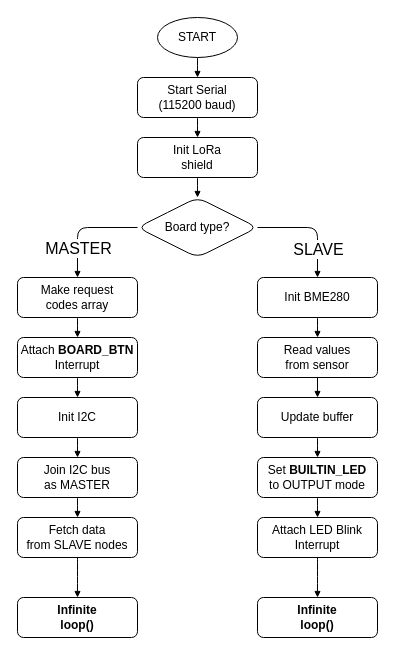
The draw.io diagram images/firmware-flowchart.drawio in utbrott/feather-webserver, before the edit. Source tidied: cells renumbered, new cells numbered last; positions are measured from the earlier drawing's top-left corner, leaving out a move shared by most shapes. Both pictures are drawn from the tidied source at 100%, with x=0, y=0 at pixel (17, 17).
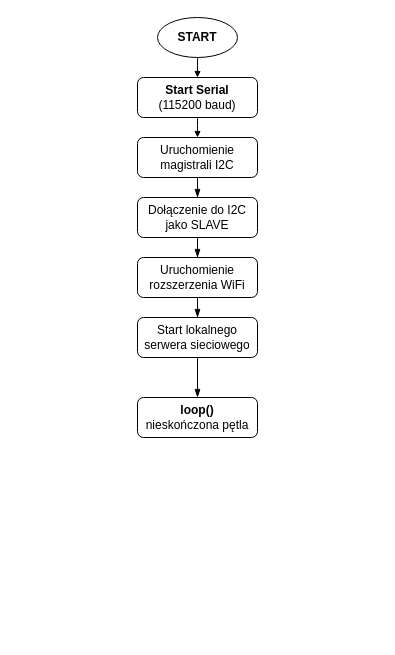
The same page after the edit.

Commit message (it also covers changes not shown here):
docs: update all schematics to PL lang

What changed in the source:
```diff
@@
-    <mxCell id="2" value="Read values&lt;br&gt;from sensor" style="rounded=1;whiteSpace=wrap;html=1;fontSize=12;glass=0;strokeWidth=1;shadow=0;fontFamily=Iosevka;" parent="1" vertex="1">
-      <mxGeometry x="240" y="320" width="120" height="40" as="geometry" />
-    </mxCell>
-    <mxCell id="3" value="Update buffer" style="rounded=1;whiteSpace=wrap;html=1;fontSize=12;glass=0;strokeWidth=1;shadow=0;fontFamily=Iosevka;" parent="1" vertex="1">
-      <mxGeometry x="240" y="380" width="120" height="40" as="geometry" />
-    </mxCell>
-    <mxCell id="4" style="edgeStyle=orthogonalEdgeStyle;rounded=1;jettySize=auto;html=1;exitX=0.5;exitY=1;exitDx=0;exitDy=0;strokeWidth=1;endArrow=block;endFill=1;endSize=4;" parent="1" edge="1" source="2" target="3">
-      <mxGeometry relative="1" as="geometry" />
-    </mxCell>
-    <mxCell id="5" value="START" style="strokeWidth=1;html=1;shape=mxgraph.flowchart.start_1;whiteSpace=wrap;fontFamily=Iosevka;rounded=1;" parent="1" vertex="1">
+    <mxCell id="5" value="START" style="strokeWidth=1;html=1;shape=mxgraph.flowchart.start_1;whiteSpace=wrap;fontFamily=Arimo;rounded=1;fontStyle=1;" parent="1" vertex="1">
       <mxGeometry x="140" width="80" height="40" as="geometry" />
     </mxCell>
-    <mxCell id="6" style="edgeStyle=orthogonalEdgeStyle;rounded=1;jettySize=auto;html=1;entryX=0.5;entryY=0;entryDx=0;entryDy=0;fontSize=12;startSize=8;endSize=4;strokeWidth=1;exitX=0;exitY=0.5;exitDx=0;exitDy=0;endArrow=block;endFill=1;" parent="1" edge="1" source="10" target="25">
-      <mxGeometry relative="1" as="geometry">
-        <Array as="points">
-          <mxPoint x="60" y="210" />
-        </Array>
-      </mxGeometry>
-    </mxCell>
-    <mxCell id="7" value="MASTER" style="edgeLabel;html=1;align=center;verticalAlign=middle;fontSize=16;fontFamily=Iosevka;" parent="6" vertex="1">
-      <mxGeometry x="-0.54" relative="1" as="geometry">
-        <mxPoint x="-35" y="20" as="offset" />
-      </mxGeometry>
-    </mxCell>
-    <mxCell id="8" style="edgeStyle=orthogonalEdgeStyle;rounded=1;jettySize=auto;html=1;entryX=0.5;entryY=0;entryDx=0;entryDy=0;fontSize=12;startSize=8;endSize=4;exitX=1;exitY=0.5;exitDx=0;exitDy=0;endArrow=block;endFill=1;" parent="1" edge="1" source="10" target="17">
-      <mxGeometry relative="1" as="geometry">
-        <Array as="points">
-          <mxPoint x="300" y="210" />
-        </Array>
-      </mxGeometry>
-    </mxCell>
-    <mxCell id="9" value="SLAVE" style="edgeLabel;html=1;align=center;verticalAlign=middle;fontSize=16;fontFamily=Iosevka;" parent="8" vertex="1">
-      <mxGeometry x="0.34" relative="1" as="geometry">
-        <mxPoint y="7" as="offset" />
-      </mxGeometry>
-    </mxCell>
-    <mxCell id="10" value="Board type?" style="rhombus;whiteSpace=wrap;html=1;fontFamily=Iosevka;fontSize=12;strokeWidth=1;rounded=1;" parent="1" vertex="1">
-      <mxGeometry x="120" y="180" width="120" height="60" as="geometry" />
-    </mxCell>
-    <mxCell id="11" value="Start Serial&lt;br&gt;(115200 baud)" style="rounded=1;whiteSpace=wrap;html=1;fontSize=12;glass=0;strokeWidth=1;shadow=0;fontFamily=Iosevka;" parent="1" vertex="1">
+    <mxCell id="11" value="&lt;b&gt;Start Serial&lt;/b&gt;&lt;br&gt;(115200 baud)" style="rounded=1;whiteSpace=wrap;html=1;fontSize=12;glass=0;strokeWidth=1;shadow=0;fontFamily=Arimo;" parent="1" vertex="1">
       <mxGeometry x="120" y="60" width="120" height="40" as="geometry" />
     </mxCell>
-    <mxCell id="12" style="edgeStyle=none;curved=1;rounded=0;jettySize=auto;html=1;fontSize=12;startSize=8;endSize=4;endArrow=block;endFill=1;strokeWidth=1;" parent="1" edge="1" source="5" target="11">
+    <mxCell id="12" style="edgeStyle=none;curved=1;rounded=0;jettySize=auto;html=1;fontSize=12;startSize=8;endSize=4;endArrow=block;endFill=1;strokeWidth=1;fontFamily=Arimo;" parent="1" edge="1" source="5" target="11">
       <mxGeometry relative="1" as="geometry" />
     </mxCell>
-    <mxCell id="13" style="edgeStyle=none;curved=1;rounded=0;jettySize=auto;html=1;fontSize=12;startSize=8;endSize=4;endArrow=block;endFill=1;strokeWidth=1;" parent="1" edge="1" source="14" target="10">
-      <mxGeometry relative="1" as="geometry" />
-    </mxCell>
+    <mxCell id="35" style="edgeStyle=orthogonalEdgeStyle;rounded=0;jettySize=auto;html=1;entryX=0.5;entryY=0;entryDx=0;entryDy=0;endArrow=blockThin;endFill=1;" parent="1" edge="1" source="14" target="37">
+      <mxGeometry relative="1" as="geometry" />
+    </mxCell>
-    <mxCell id="14" value="Init LoRa&lt;br&gt;shield" style="rounded=1;whiteSpace=wrap;html=1;fontSize=12;glass=0;strokeWidth=1;shadow=0;fontFamily=Iosevka;" parent="1" vertex="1">
+    <mxCell id="14" value="Uruchomienie&lt;br&gt;magistrali I2C" style="rounded=1;whiteSpace=wrap;html=1;fontSize=12;glass=0;strokeWidth=1;shadow=0;fontFamily=Arimo;" parent="1" vertex="1">
       <mxGeometry x="120" y="120" width="120" height="40" as="geometry" />
     </mxCell>
-    <mxCell id="15" style="edgeStyle=none;curved=1;rounded=0;jettySize=auto;html=1;fontSize=12;startSize=8;endSize=4;endArrow=block;endFill=1;strokeWidth=1;" parent="1" edge="1" source="11" target="14">
+    <mxCell id="15" style="edgeStyle=none;curved=1;rounded=0;jettySize=auto;html=1;fontSize=12;startSize=8;endSize=4;endArrow=block;endFill=1;strokeWidth=1;fontFamily=Arimo;" parent="1" edge="1" source="11" target="14">
       <mxGeometry relative="1" as="geometry" />
     </mxCell>
-    <mxCell id="16" style="edgeStyle=none;curved=1;rounded=0;jettySize=auto;html=1;exitX=0.5;exitY=1;exitDx=0;exitDy=0;fontSize=12;startSize=8;endSize=4;strokeWidth=1;endArrow=block;endFill=1;" parent="1" edge="1" source="17" target="2">
-      <mxGeometry relative="1" as="geometry" />
-    </mxCell>
-    <mxCell id="17" value="Init BME280" style="rounded=1;whiteSpace=wrap;html=1;fontSize=12;glass=0;strokeWidth=1;shadow=0;fontFamily=Iosevka;" parent="1" vertex="1">
-      <mxGeometry x="240" y="260" width="120" height="40" as="geometry" />
-    </mxCell>
-    <mxCell id="18" value="Set &lt;b&gt;BUILTIN_LED&lt;/b&gt;&lt;br&gt;to OUTPUT mode" style="rounded=1;whiteSpace=wrap;html=1;fontSize=12;glass=0;strokeWidth=1;shadow=0;fontFamily=Iosevka;" parent="1" vertex="1">
-      <mxGeometry x="240" y="440" width="120" height="40" as="geometry" />
-    </mxCell>
-    <mxCell id="19" style="edgeStyle=none;curved=1;rounded=0;jettySize=auto;html=1;exitX=0.5;exitY=1;exitDx=0;exitDy=0;entryX=0.5;entryY=0;entryDx=0;entryDy=0;fontSize=12;startSize=8;endSize=4;strokeWidth=1;endArrow=block;endFill=1;" parent="1" edge="1" source="3" target="18">
-      <mxGeometry relative="1" as="geometry" />
-    </mxCell>
-    <mxCell id="20" value="Attach LED Blink&lt;br&gt;Interrupt" style="rounded=1;whiteSpace=wrap;html=1;fontSize=12;glass=0;strokeWidth=1;shadow=0;fontFamily=Iosevka;" parent="1" vertex="1">
-      <mxGeometry x="240" y="500" width="120" height="40" as="geometry" />
-    </mxCell>
-    <mxCell id="21" style="edgeStyle=none;curved=1;rounded=0;jettySize=auto;html=1;exitX=0.5;exitY=1;exitDx=0;exitDy=0;fontSize=12;startSize=8;endSize=4;strokeWidth=1;endArrow=block;endFill=1;" parent="1" edge="1" source="18" target="20">
-      <mxGeometry relative="1" as="geometry" />
-    </mxCell>
-    <mxCell id="22" value="Infinite&lt;br&gt;loop()" style="rounded=1;whiteSpace=wrap;html=1;fontSize=12;glass=0;strokeWidth=1;shadow=0;fontFamily=Iosevka;fontStyle=1;" parent="1" vertex="1">
-      <mxGeometry x="240" y="580" width="120" height="40" as="geometry" />
-    </mxCell>
-    <mxCell id="23" style="edgeStyle=none;curved=1;rounded=0;jettySize=auto;html=1;entryX=0.5;entryY=0;entryDx=0;entryDy=0;fontSize=12;startSize=8;endSize=4;strokeWidth=1;endArrow=block;endFill=1;" parent="1" edge="1" source="20" target="22">
-      <mxGeometry relative="1" as="geometry" />
-    </mxCell>
-    <mxCell id="24" value="Infinite&lt;br&gt;loop()" style="rounded=1;whiteSpace=wrap;html=1;fontSize=12;glass=0;strokeWidth=1;shadow=0;fontFamily=Iosevka;fontStyle=1;" parent="1" vertex="1">
-      <mxGeometry y="580" width="120" height="40" as="geometry" />
-    </mxCell>
-    <mxCell id="25" value="Make request&lt;br&gt;codes array" style="rounded=1;whiteSpace=wrap;html=1;fontSize=12;glass=0;strokeWidth=1;shadow=0;fontFamily=Iosevka;" parent="1" vertex="1">
-      <mxGeometry y="260" width="120" height="40" as="geometry" />
-    </mxCell>
-    <mxCell id="26" style="edgeStyle=none;curved=1;rounded=0;jettySize=auto;html=1;fontSize=12;startSize=8;endSize=4;entryX=0.5;entryY=0;entryDx=0;entryDy=0;strokeWidth=1;endArrow=block;endFill=1;" parent="1" edge="1" source="27" target="30">
-      <mxGeometry relative="1" as="geometry" />
-    </mxCell>
-    <mxCell id="27" value="Attach &lt;b&gt;BOARD_BTN&lt;/b&gt;&lt;br&gt;Interrupt" style="rounded=1;whiteSpace=wrap;html=1;fontSize=12;glass=0;strokeWidth=1;shadow=0;fontFamily=Iosevka;" parent="1" vertex="1">
-      <mxGeometry y="320" width="120" height="40" as="geometry" />
-    </mxCell>
-    <mxCell id="28" style="edgeStyle=none;curved=1;rounded=0;jettySize=auto;html=1;entryX=0.5;entryY=0;entryDx=0;entryDy=0;fontSize=12;startSize=8;endSize=4;strokeWidth=1;endArrow=block;endFill=1;" parent="1" edge="1" source="25" target="27">
-      <mxGeometry relative="1" as="geometry" />
-    </mxCell>
-    <mxCell id="29" style="edgeStyle=none;curved=1;rounded=0;jettySize=auto;html=1;exitX=0.5;exitY=1;exitDx=0;exitDy=0;entryX=0.5;entryY=0;entryDx=0;entryDy=0;fontSize=12;startSize=8;endSize=4;strokeWidth=1;endArrow=block;endFill=1;" parent="1" edge="1" source="30" target="32">
-      <mxGeometry relative="1" as="geometry" />
-    </mxCell>
-    <mxCell id="30" value="Init I2C" style="rounded=1;whiteSpace=wrap;html=1;fontSize=12;glass=0;strokeWidth=1;shadow=0;fontFamily=Iosevka;" parent="1" vertex="1">
-      <mxGeometry y="380" width="120" height="40" as="geometry" />
-    </mxCell>
-    <mxCell id="31" style="edgeStyle=none;curved=1;rounded=0;jettySize=auto;html=1;entryX=0.5;entryY=0;entryDx=0;entryDy=0;fontSize=12;startSize=8;endSize=4;strokeWidth=1;endArrow=block;endFill=1;" parent="1" edge="1" source="32" target="34">
-      <mxGeometry relative="1" as="geometry" />
-    </mxCell>
-    <mxCell id="32" value="Join I2C bus&lt;br&gt;as MASTER" style="rounded=1;whiteSpace=wrap;html=1;fontSize=12;glass=0;strokeWidth=1;shadow=0;fontFamily=Iosevka;" parent="1" vertex="1">
-      <mxGeometry y="440" width="120" height="40" as="geometry" />
-    </mxCell>
-    <mxCell id="33" style="edgeStyle=none;curved=1;rounded=0;jettySize=auto;html=1;fontSize=12;startSize=8;endSize=4;strokeWidth=1;endArrow=block;endFill=1;" parent="1" edge="1" source="34" target="24">
-      <mxGeometry relative="1" as="geometry" />
-    </mxCell>
-    <mxCell id="34" value="Fetch data&lt;br&gt;from SLAVE nodes" style="rounded=1;whiteSpace=wrap;html=1;fontSize=12;glass=0;strokeWidth=1;shadow=0;fontFamily=Iosevka;" parent="1" vertex="1">
-      <mxGeometry y="500" width="120" height="40" as="geometry" />
-    </mxCell>
+    <mxCell id="36" style="edgeStyle=orthogonalEdgeStyle;rounded=0;jettySize=auto;html=1;entryX=0.5;entryY=0;entryDx=0;entryDy=0;endArrow=blockThin;endFill=1;" parent="1" edge="1" source="37" target="39">
+      <mxGeometry relative="1" as="geometry" />
+    </mxCell>
+    <mxCell id="37" value="Dołączenie do I2C&lt;br&gt;jako SLAVE" style="rounded=1;whiteSpace=wrap;html=1;fontSize=12;glass=0;strokeWidth=1;shadow=0;fontFamily=Arimo;" parent="1" vertex="1">
+      <mxGeometry x="120" y="180" width="120" height="40" as="geometry" />
+    </mxCell>
+    <mxCell id="38" style="edgeStyle=orthogonalEdgeStyle;rounded=0;jettySize=auto;html=1;endArrow=blockThin;endFill=1;" parent="1" edge="1" source="39" target="41">
+      <mxGeometry relative="1" as="geometry" />
+    </mxCell>
+    <mxCell id="39" value="Uruchomienie&lt;br&gt;rozszerzenia WiFi" style="rounded=1;whiteSpace=wrap;html=1;fontSize=12;glass=0;strokeWidth=1;shadow=0;fontFamily=Arimo;" parent="1" vertex="1">
+      <mxGeometry x="120" y="240" width="120" height="40" as="geometry" />
+    </mxCell>
+    <mxCell id="40" style="edgeStyle=orthogonalEdgeStyle;rounded=0;jettySize=auto;html=1;endArrow=blockThin;endFill=1;" parent="1" edge="1" source="41" target="42">
+      <mxGeometry relative="1" as="geometry" />
+    </mxCell>
+    <mxCell id="41" value="Start lokalnego&lt;br&gt;serwera sieciowego" style="rounded=1;whiteSpace=wrap;html=1;fontSize=12;glass=0;strokeWidth=1;shadow=0;fontFamily=Arimo;" parent="1" vertex="1">
+      <mxGeometry x="120" y="300" width="120" height="40" as="geometry" />
+    </mxCell>
+    <mxCell id="42" value="&lt;b&gt;loop()&lt;/b&gt;&lt;br&gt;nieskończona pętla" style="rounded=1;whiteSpace=wrap;html=1;fontSize=12;glass=0;strokeWidth=1;shadow=0;fontFamily=Arimo;" parent="1" vertex="1">
+      <mxGeometry x="120" y="380" width="120" height="40" as="geometry" />
+    </mxCell>
```
